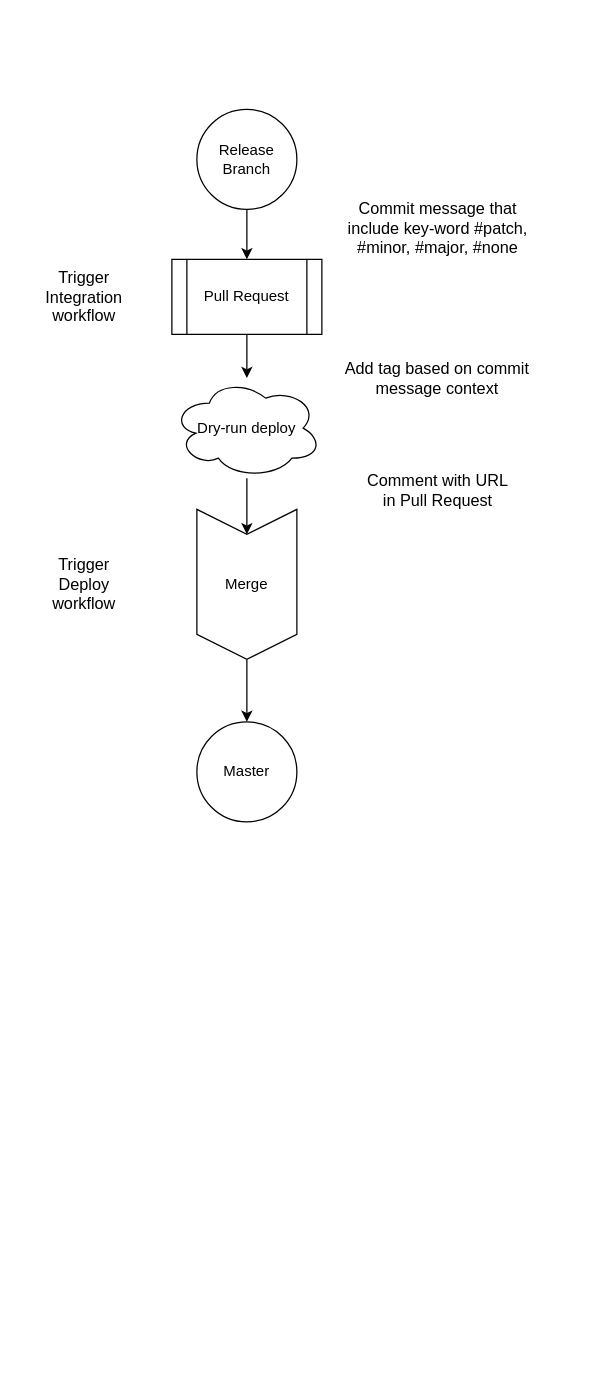
This is ci-cd.drawio from YevheniiSemenko/dummy-github-actions, a draw.io file, before an edit. Source tidied: cells renumbered, new cells numbered last; positions are measured from the earlier drawing's top-left corner, leaving out a move shared by most shapes. Both pictures are drawn from the tidied source at 125%, with x=0, y=0 at pixel (21, 109).
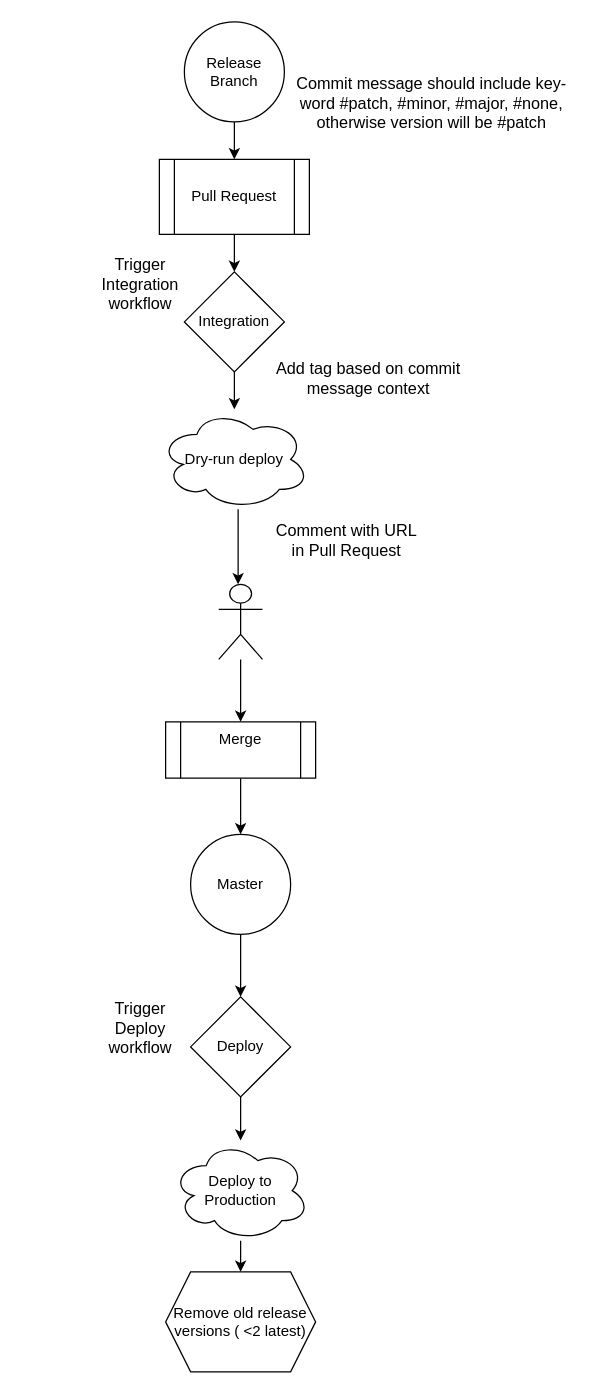
The same diagram, later.

What changed in the source:
```diff
@@
     <mxCell id="3" value="Release Branch" style="ellipse;whiteSpace=wrap;html=1;" parent="1" vertex="1">
-      <mxGeometry x="140" width="80" height="80" as="geometry" />
+      <mxGeometry x="130" y="-70" width="80" height="80" as="geometry" />
     </mxCell>
+    <mxCell id="16" style="edgeStyle=orthogonalEdgeStyle;rounded=0;jettySize=auto;html=1;" parent="1" edge="1" source="4" target="20">
+      <mxGeometry relative="1" as="geometry" />
+    </mxCell>
     <mxCell id="4" value="Master" style="ellipse;whiteSpace=wrap;html=1;" parent="1" vertex="1">
-      <mxGeometry x="140" y="490" width="80" height="80" as="geometry" />
+      <mxGeometry x="135" y="580" width="80" height="80" as="geometry" />
     </mxCell>
-    <mxCell id="5" style="edgeStyle=orthogonalEdgeStyle;rounded=0;jettySize=auto;html=1;" parent="1" edge="1" source="6" target="8">
-      <mxGeometry relative="1" as="geometry" />
-    </mxCell>
+    <mxCell id="17" style="edgeStyle=orthogonalEdgeStyle;rounded=0;jettySize=auto;html=1;" parent="1" edge="1" source="6" target="22">
+      <mxGeometry relative="1" as="geometry" />
+    </mxCell>
     <mxCell id="6" value="Pull Request" style="shape=process;whiteSpace=wrap;html=1;backgroundOutline=1;" parent="1" vertex="1">
-      <mxGeometry x="120" y="120" width="120" height="60" as="geometry" />
+      <mxGeometry x="110" y="40" width="120" height="60" as="geometry" />
     </mxCell>
-    <mxCell id="7" style="edgeStyle=orthogonalEdgeStyle;rounded=0;jettySize=auto;html=1;" parent="1" edge="1" source="8" target="11">
-      <mxGeometry relative="1" as="geometry" />
-    </mxCell>
+    <mxCell id="18" style="edgeStyle=orthogonalEdgeStyle;rounded=0;jettySize=auto;html=1;" parent="1" edge="1" source="8" target="26">
+      <mxGeometry relative="1" as="geometry">
+        <Array as="points">
+          <mxPoint x="173" y="340" />
+          <mxPoint x="173" y="340" />
+        </Array>
+      </mxGeometry>
+    </mxCell>
     <mxCell id="8" value="Dry-run deploy" style="ellipse;shape=cloud;whiteSpace=wrap;html=1;" parent="1" vertex="1">
-      <mxGeometry x="120" y="215" width="120" height="80" as="geometry" />
+      <mxGeometry x="110" y="240" width="120" height="80" as="geometry" />
     </mxCell>
     <mxCell id="9" value="&lt;font style=&quot;font-size: 13px&quot;&gt;&lt;font style=&quot;font-size: 13px&quot;&gt;Comment with URL in Pull Request&lt;/font&gt;&lt;br&gt;&lt;/font&gt;" style="text;html=1;strokeColor=none;fillColor=none;align=center;verticalAlign=middle;whiteSpace=wrap;rounded=0;" parent="1" vertex="1">
-      <mxGeometry x="272.5" y="280" width="120" height="50" as="geometry" />
+      <mxGeometry x="200" y="320" width="120" height="50" as="geometry" />
     </mxCell>
-    <mxCell id="10" style="edgeStyle=orthogonalEdgeStyle;rounded=0;jettySize=auto;html=1;" parent="1" edge="1" source="11" target="4">
-      <mxGeometry relative="1" as="geometry" />
-    </mxCell>
-    <mxCell id="11" value="Merge" style="shape=step;perimeter=stepPerimeter;whiteSpace=wrap;html=1;fixedSize=1;direction=south;" parent="1" vertex="1">
-      <mxGeometry x="140" y="320" width="80" height="120" as="geometry" />
-    </mxCell>
     <mxCell id="12" value="&lt;font style=&quot;font-size: 13px&quot;&gt;Add tag based on commit message context &lt;/font&gt;" style="text;html=1;strokeColor=none;fillColor=none;align=center;verticalAlign=middle;whiteSpace=wrap;rounded=0;" parent="1" vertex="1">
-      <mxGeometry x="255" y="190" width="155" height="50" as="geometry" />
+      <mxGeometry x="200" y="190" width="155" height="50" as="geometry" />
     </mxCell>
-    <mxCell id="13" value="&lt;font style=&quot;font-size: 13px&quot;&gt;Commit message that include key-word #patch, #minor, #major, #none&lt;/font&gt;" style="text;html=1;strokeColor=none;fillColor=none;align=center;verticalAlign=middle;whiteSpace=wrap;rounded=0;" parent="1" vertex="1">
-      <mxGeometry x="253.8" y="60" width="157.5" height="70" as="geometry" />
+    <mxCell id="13" value="&lt;font style=&quot;font-size: 13px&quot;&gt;Commit message should include key-word #patch, #minor, #major, #none, otherwise version will be #patch&lt;br&gt;&lt;/font&gt;" style="text;html=1;strokeColor=none;fillColor=none;align=center;verticalAlign=middle;whiteSpace=wrap;rounded=0;" parent="1" vertex="1">
+      <mxGeometry x="215" y="-40" width="226.2" height="70" as="geometry" />
     </mxCell>
     <mxCell id="14" value="&lt;font style=&quot;font-size: 13px&quot;&gt;Trigger Integration workflow&lt;/font&gt;" style="text;html=1;strokeColor=none;fillColor=none;align=center;verticalAlign=middle;whiteSpace=wrap;rounded=0;" parent="1" vertex="1">
-      <mxGeometry y="130" width="100" height="40" as="geometry" />
+      <mxGeometry x="45" y="120" width="100" height="40" as="geometry" />
     </mxCell>
     <mxCell id="15" value="&lt;font style=&quot;font-size: 13px&quot;&gt;Trigger Deploy workflow&lt;/font&gt;" style="text;html=1;strokeColor=none;fillColor=none;align=center;verticalAlign=middle;whiteSpace=wrap;rounded=0;" parent="1" vertex="1">
-      <mxGeometry x="15" y="355" width="70" height="50" as="geometry" />
+      <mxGeometry x="60" y="710" width="70" height="50" as="geometry" />
     </mxCell>
+    <mxCell id="19" style="edgeStyle=orthogonalEdgeStyle;rounded=0;jettySize=auto;html=1;" parent="1" edge="1" source="20" target="24">
+      <mxGeometry relative="1" as="geometry" />
+    </mxCell>
+    <mxCell id="20" value="Deploy" style="rhombus;whiteSpace=wrap;html=1;" parent="1" vertex="1">
+      <mxGeometry x="135" y="710" width="80" height="80" as="geometry" />
+    </mxCell>
+    <mxCell id="21" style="edgeStyle=orthogonalEdgeStyle;rounded=0;jettySize=auto;html=1;" parent="1" edge="1" source="22" target="8">
+      <mxGeometry relative="1" as="geometry" />
+    </mxCell>
+    <mxCell id="22" value="Integration" style="rhombus;whiteSpace=wrap;html=1;" parent="1" vertex="1">
+      <mxGeometry x="130" y="130" width="80" height="80" as="geometry" />
+    </mxCell>
+    <mxCell id="23" style="edgeStyle=orthogonalEdgeStyle;rounded=0;jettySize=auto;html=1;" parent="1" edge="1" source="24" target="27">
+      <mxGeometry relative="1" as="geometry" />
+    </mxCell>
+    <mxCell id="24" value="Deploy to&lt;br&gt;Production" style="ellipse;shape=cloud;whiteSpace=wrap;html=1;" parent="1" vertex="1">
+      <mxGeometry x="120" y="825" width="110" height="80" as="geometry" />
+    </mxCell>
+    <mxCell id="25" style="edgeStyle=orthogonalEdgeStyle;rounded=0;jettySize=auto;html=1;" parent="1" edge="1" source="26" target="11">
+      <mxGeometry relative="1" as="geometry" />
+    </mxCell>
+    <mxCell id="26" style="shape=umlActor;verticalLabelPosition=bottom;verticalAlign=top;html=1;outlineConnect=0;" parent="1" vertex="1">
+      <mxGeometry x="157.5" y="380" width="35" height="60" as="geometry" />
+    </mxCell>
+    <mxCell id="10" style="edgeStyle=orthogonalEdgeStyle;rounded=0;jettySize=auto;html=1;" parent="1" edge="1" source="11" target="4">
+      <mxGeometry relative="1" as="geometry" />
+    </mxCell>
+    <mxCell id="11" value="&lt;div align=&quot;center&quot;&gt;Merge&lt;/div&gt;" style="shape=process;whiteSpace=wrap;html=1;backgroundOutline=1;verticalAlign=top;align=center;" parent="1" vertex="1">
+      <mxGeometry x="115" y="490" width="120" height="45" as="geometry" />
+    </mxCell>
+    <mxCell id="27" value="Remove old release versions ( &amp;lt;2 latest)" style="shape=hexagon;perimeter=hexagonPerimeter2;whiteSpace=wrap;html=1;fixedSize=1;" parent="1" vertex="1">
+      <mxGeometry x="115" y="930" width="120" height="80" as="geometry" />
+    </mxCell>
```
